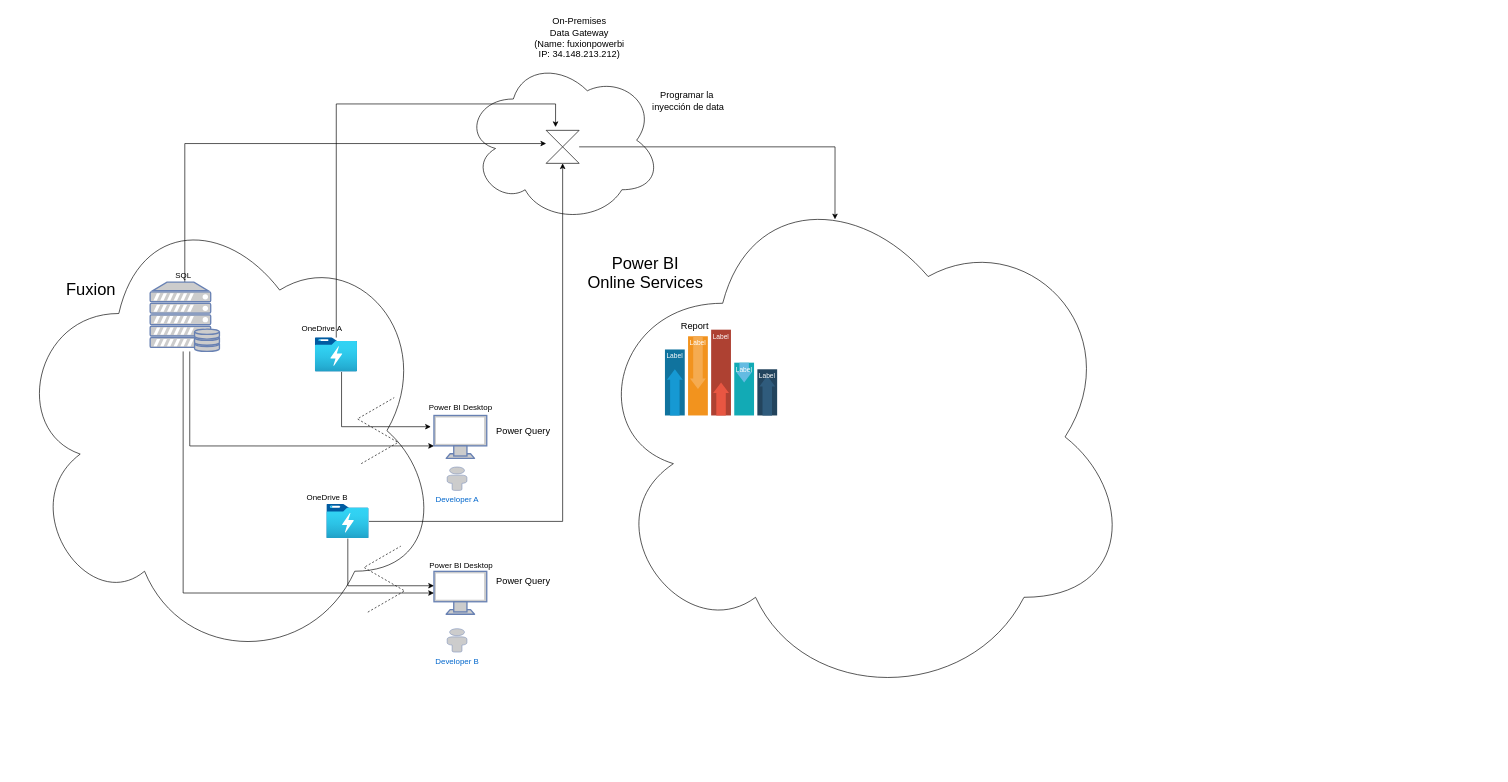
calobetoleon/fuxion_design keeps this draw.io diagram as page "BI Pipeline" (2 of 2) of data_architecture.drawio. Above is the earlier version. Source tidied: cells renumbered, new cells numbered last; positions are measured from the earlier drawing's top-left corner, leaving out a move shared by most shapes. Both pictures are drawn from the tidied source at 66%, with x=0, y=0 at pixel (11, 11).
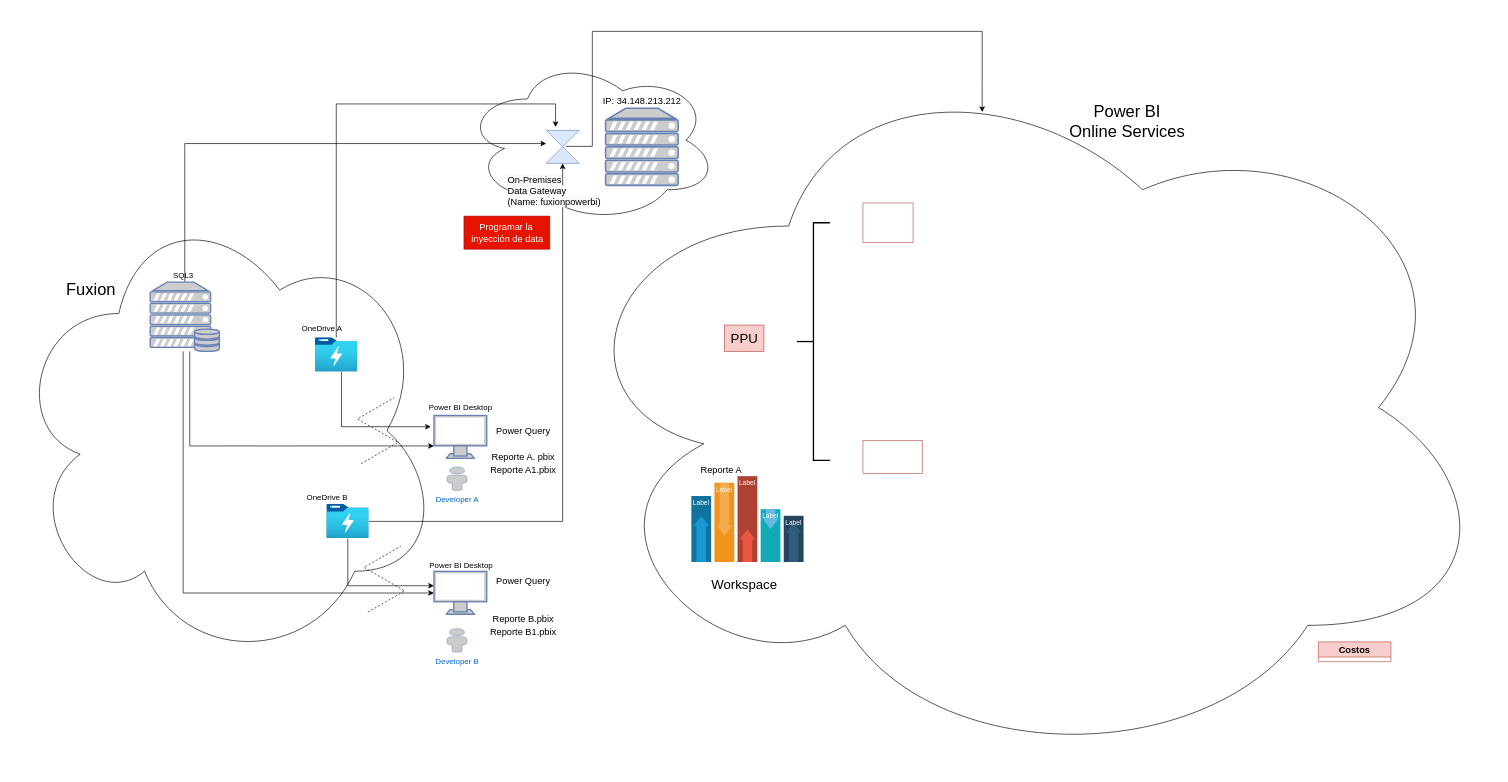
The same diagram, later.

Change to the diagram source:
```diff
@@
     <mxCell id="2" style="ellipse;shape=cloud;whiteSpace=wrap;html=1;fontSize=14;" parent="1" vertex="1">
-      <mxGeometry x="685.5" y="70" width="299" height="250" as="geometry" />
+      <mxGeometry x="685.5" y="70" width="384.5" height="250" as="geometry" />
     </mxCell>
     <mxCell id="3" style="ellipse;shape=cloud;whiteSpace=wrap;html=1;" parent="1" vertex="1">
-      <mxGeometry x="870" y="239.5" width="830" height="810" as="geometry" />
+      <mxGeometry x="820" y="50" width="1430" height="1100" as="geometry" />
     </mxCell>
@@
-    <mxCell id="5" style="edgeStyle=orthogonalEdgeStyle;rounded=0;jettySize=auto;html=1;fontSize=14;entryX=0.455;entryY=0.093;entryDx=0;entryDy=0;entryPerimeter=0;" parent="1" edge="1" source="6" target="3">
-      <mxGeometry relative="1" as="geometry" />
+    <mxCell id="5" style="edgeStyle=orthogonalEdgeStyle;rounded=0;jettySize=auto;html=1;fontSize=14;entryX=0.455;entryY=0.093;entryDx=0;entryDy=0;entryPerimeter=0;exitX=0.595;exitY=0.485;exitDx=0;exitDy=0;exitPerimeter=0;" parent="1" edge="1" source="6" target="3">
+      <mxGeometry relative="1" as="geometry">
+        <Array as="points">
+          <mxPoint x="880" y="204" />
+          <mxPoint x="880" y="30" />
+          <mxPoint x="1471" y="30" />
+        </Array>
+      </mxGeometry>
     </mxCell>
-    <mxCell id="6" style="shape=collate;whiteSpace=wrap;html=1;" parent="1" vertex="1">
+    <mxCell id="6" style="shape=collate;whiteSpace=wrap;html=1;fillColor=#dae8fc;strokeColor=#6c8ebf;" parent="1" vertex="1">
       <mxGeometry x="810" y="180" width="50" height="50" as="geometry" />
     </mxCell>
@@
-    <mxCell id="21" value="SQL" style="text;html=1;align=center;verticalAlign=middle;strokeColor=none;fillColor=none;" parent="1" vertex="1">
+    <mxCell id="21" value="SQL3" style="text;html=1;align=center;verticalAlign=middle;strokeColor=none;fillColor=none;" parent="1" vertex="1">
       <mxGeometry x="235" y="385" width="50" height="30" as="geometry" />
     </mxCell>
@@
     <mxCell id="27" value="Power BI &lt;br&gt;Online Services" style="text;html=1;align=center;verticalAlign=middle;strokeColor=none;fillColor=none;fontSize=25;" parent="1" vertex="1">
-      <mxGeometry x="860" y="360" width="200" height="70" as="geometry" />
+      <mxGeometry x="1590" y="130" width="200" height="70" as="geometry" />
     </mxCell>
@@
-    <mxCell id="29" value="On-Premises &lt;br&gt;Data Gateway&lt;br&gt;(Name: fuxionpowerbi&lt;br&gt;IP: 34.148.213.212)" style="text;html=1;align=center;verticalAlign=middle;strokeColor=none;fillColor=none;fontSize=14;" parent="1" vertex="1">
-      <mxGeometry x="780" width="160" height="80" as="geometry" />
+    <mxCell id="29" value="IP: 34.148.213.212" style="text;html=1;align=center;verticalAlign=middle;strokeColor=none;fillColor=none;fontSize=14;" parent="1" vertex="1">
+      <mxGeometry x="885" y="120" width="140" height="30" as="geometry" />
     </mxCell>
@@
-    <mxCell id="31" value="Programar la&amp;nbsp;&lt;br&gt;inyección de data" style="text;html=1;align=center;verticalAlign=middle;strokeColor=none;fillColor=none;fontSize=14;" parent="1" vertex="1">
-      <mxGeometry x="960" y="110" width="130" height="50" as="geometry" />
+    <mxCell id="31" value="Programar la&amp;nbsp;&lt;br&gt;inyección de data" style="text;html=1;align=center;verticalAlign=middle;strokeColor=#B20000;fillColor=#e51400;fontSize=14;fontColor=#ffffff;" parent="1" vertex="1">
+      <mxGeometry x="685.5" y="310" width="130" height="50" as="geometry" />
     </mxCell>
@@
+    <mxCell id="50" value="Reporte A. pbix" style="text;html=1;align=center;verticalAlign=middle;strokeColor=none;fillColor=none;fontSize=14;" parent="1" vertex="1">
+      <mxGeometry x="715" y="660" width="120" height="30" as="geometry" />
+    </mxCell>
+    <mxCell id="51" value="Reporte A1.pbix" style="text;html=1;align=center;verticalAlign=middle;strokeColor=none;fillColor=none;fontSize=14;" parent="1" vertex="1">
+      <mxGeometry x="715" y="680" width="120" height="30" as="geometry" />
+    </mxCell>
+    <mxCell id="52" style="swimlane;startSize=0;fontSize=14;fillColor=#f8cecc;strokeColor=#b85450;" parent="1" vertex="1" collapsed="1">
+      <mxGeometry x="1290" y="650" width="90" height="50" as="geometry" />
+    </mxCell>
+    <mxCell id="53" style="swimlane;startSize=0;fontSize=14;fillColor=#f8cecc;strokeColor=#b85450;" parent="1" vertex="1" collapsed="1">
+      <mxGeometry x="1290" y="290" width="76" height="60" as="geometry" />
+    </mxCell>
+    <mxCell id="54" value="Costos" style="swimlane;fontSize=14;fillColor=#f8cecc;strokeColor=#b85450;" parent="1" vertex="1" collapsed="1">
+      <mxGeometry x="1980" y="955" width="110" height="30" as="geometry" />
+    </mxCell>
+    <mxCell id="55" value="Reporte B.pbix" style="text;html=1;align=center;verticalAlign=middle;strokeColor=none;fillColor=none;fontSize=14;" parent="1" vertex="1">
+      <mxGeometry x="715" y="905" width="120" height="30" as="geometry" />
+    </mxCell>
+    <mxCell id="56" value="Reporte B1.pbix" style="text;html=1;align=center;verticalAlign=middle;strokeColor=none;fillColor=none;fontSize=14;" parent="1" vertex="1">
+      <mxGeometry x="715" y="925" width="120" height="30" as="geometry" />
+    </mxCell>
+    <mxCell id="57" style="fontColor=#0066CC;verticalAlign=top;verticalLabelPosition=bottom;labelPosition=center;align=center;html=1;fillColor=#CCCCCC;strokeColor=#6881B3;gradientColor=none;gradientDirection=north;strokeWidth=2;shape=mxgraph.networks.server;fontSize=14;" parent="1" vertex="1">
+      <mxGeometry x="900" y="146.6" width="110" height="116.8" as="geometry" />
+    </mxCell>
+    <mxCell id="58" value="&lt;span style=&quot;color: rgb(0, 0, 0); font-family: Helvetica; font-size: 14px; font-style: normal; font-variant-ligatures: normal; font-variant-caps: normal; font-weight: 400; letter-spacing: normal; orphans: 2; text-align: center; text-indent: 0px; text-transform: none; widows: 2; word-spacing: 0px; -webkit-text-stroke-width: 0px; background-color: rgb(248, 249, 250); text-decoration-thickness: initial; text-decoration-style: initial; text-decoration-color: initial; float: none; display: inline !important;&quot;&gt;On-Premises&lt;/span&gt;&lt;br style=&quot;color: rgb(0, 0, 0); font-family: Helvetica; font-size: 14px; font-style: normal; font-variant-ligatures: normal; font-variant-caps: normal; font-weight: 400; letter-spacing: normal; orphans: 2; text-align: center; text-indent: 0px; text-transform: none; widows: 2; word-spacing: 0px; -webkit-text-stroke-width: 0px; background-color: rgb(248, 249, 250); text-decoration-thickness: initial; text-decoration-style: initial; text-decoration-color: initial;&quot;&gt;&lt;span style=&quot;color: rgb(0, 0, 0); font-family: Helvetica; font-size: 14px; font-style: normal; font-variant-ligatures: normal; font-variant-caps: normal; font-weight: 400; letter-spacing: normal; orphans: 2; text-align: center; text-indent: 0px; text-transform: none; widows: 2; word-spacing: 0px; -webkit-text-stroke-width: 0px; background-color: rgb(248, 249, 250); text-decoration-thickness: initial; text-decoration-style: initial; text-decoration-color: initial; float: none; display: inline !important;&quot;&gt;Data Gateway&lt;/span&gt;&lt;br style=&quot;color: rgb(0, 0, 0); font-family: Helvetica; font-size: 14px; font-style: normal; font-variant-ligatures: normal; font-variant-caps: normal; font-weight: 400; letter-spacing: normal; orphans: 2; text-align: center; text-indent: 0px; text-transform: none; widows: 2; word-spacing: 0px; -webkit-text-stroke-width: 0px; background-color: rgb(248, 249, 250); text-decoration-thickness: initial; text-decoration-style: initial; text-decoration-color: initial;&quot;&gt;&lt;span style=&quot;color: rgb(0, 0, 0); font-family: Helvetica; font-size: 14px; font-style: normal; font-variant-ligatures: normal; font-variant-caps: normal; font-weight: 400; letter-spacing: normal; orphans: 2; text-align: center; text-indent: 0px; text-transform: none; widows: 2; word-spacing: 0px; -webkit-text-stroke-width: 0px; background-color: rgb(248, 249, 250); text-decoration-thickness: initial; text-decoration-style: initial; text-decoration-color: initial; float: none; display: inline !important;&quot;&gt;(Name: fuxionpowerbi)&lt;/span&gt;" style="text;whiteSpace=wrap;html=1;fontSize=14;" parent="1" vertex="1">
+      <mxGeometry x="750" y="240" width="170" height="70" as="geometry" />
+    </mxCell>
+    <mxCell id="59" style="strokeWidth=2;html=1;shape=mxgraph.flowchart.annotation_2;align=left;labelPosition=right;fontSize=14;" parent="1" vertex="1">
+      <mxGeometry x="1190" y="320" width="50" height="360" as="geometry" />
+    </mxCell>
+    <mxCell id="60" style="group;" parent="1" vertex="1">
+      <mxGeometry x="1030" y="680" width="170" height="154" as="geometry" />
+    </mxCell>
-    <mxCell id="34" style="fillColor=#10739E;strokeColor=none;fontSize=14;" parent="1" vertex="1">
-      <mxGeometry x="990" y="512" width="30" height="100" as="geometry" />
+    <mxCell id="34" style="fillColor=#10739E;strokeColor=none;fontSize=14;" parent="60" vertex="1">
+      <mxGeometry y="54" width="30" height="100" as="geometry" />
     </mxCell>
@@
-    <mxCell id="37" style="fillColor=#F2931E;strokeColor=none;fontSize=14;" parent="1" vertex="1">
-      <mxGeometry x="1025" y="492" width="30" height="120" as="geometry" />
+    <mxCell id="37" style="fillColor=#F2931E;strokeColor=none;fontSize=14;" parent="60" vertex="1">
+      <mxGeometry x="35" y="34" width="30" height="120" as="geometry" />
     </mxCell>
@@
-    <mxCell id="40" style="fillColor=#AE4132;strokeColor=none;fontSize=14;" parent="1" vertex="1">
-      <mxGeometry x="1060" y="482" width="30" height="130" as="geometry" />
+    <mxCell id="40" style="fillColor=#AE4132;strokeColor=none;fontSize=14;" parent="60" vertex="1">
+      <mxGeometry x="70" y="24" width="30" height="130" as="geometry" />
     </mxCell>
@@
-    <mxCell id="43" style="fillColor=#12AAB5;strokeColor=none;fontSize=14;" parent="1" vertex="1">
-      <mxGeometry x="1095" y="532" width="30" height="80" as="geometry" />
+    <mxCell id="43" style="fillColor=#12AAB5;strokeColor=none;fontSize=14;" parent="60" vertex="1">
+      <mxGeometry x="105" y="74" width="30" height="80" as="geometry" />
     </mxCell>
@@
-    <mxCell id="46" style="fillColor=#23445D;strokeColor=none;fontSize=14;" parent="1" vertex="1">
-      <mxGeometry x="1130" y="542" width="30" height="70" as="geometry" />
+    <mxCell id="46" style="fillColor=#23445D;strokeColor=none;fontSize=14;" parent="60" vertex="1">
+      <mxGeometry x="140" y="84" width="30" height="70" as="geometry" />
     </mxCell>
@@
-    <mxCell id="49" value="Report" style="text;html=1;align=center;verticalAlign=middle;strokeColor=none;fillColor=none;fontSize=14;" parent="1" vertex="1">
-      <mxGeometry x="1000" y="462" width="70" height="30" as="geometry" />
+    <mxCell id="49" value="Reporte A" style="text;html=1;align=center;verticalAlign=middle;strokeColor=none;fillColor=none;fontSize=14;" parent="60" vertex="1">
+      <mxGeometry width="90" height="30" as="geometry" />
     </mxCell>
+    <mxCell id="61" value="PPU" style="text;html=1;align=center;verticalAlign=middle;strokeColor=#b85450;fillColor=#f8cecc;fontSize=20;" parent="1" vertex="1">
+      <mxGeometry x="1080" y="475" width="60" height="40" as="geometry" />
+    </mxCell>
+    <mxCell id="62" value="Workspace" style="text;html=1;align=center;verticalAlign=middle;strokeColor=none;fillColor=none;fontSize=20;" parent="1" vertex="1">
+      <mxGeometry x="1050" y="848.2" width="120" height="40" as="geometry" />
+    </mxCell>
```
